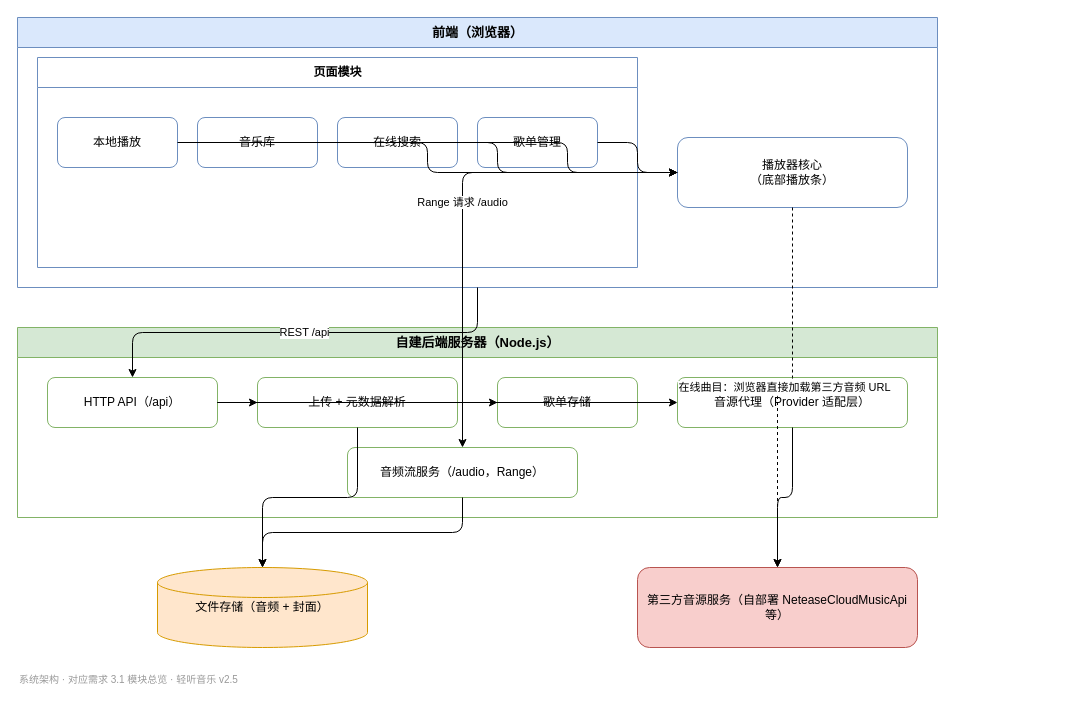
This is docs/design/系统架构图.drawio from ColdMistyRain/qingting-music, a draw.io file, before an edit. Source tidied: cells renumbered, new cells numbered last; positions are measured from the earlier drawing's top-left corner, leaving out a move shared by most shapes. Both pictures are drawn from the tidied source at 100%, with x=0, y=0 at pixel (17, 17).
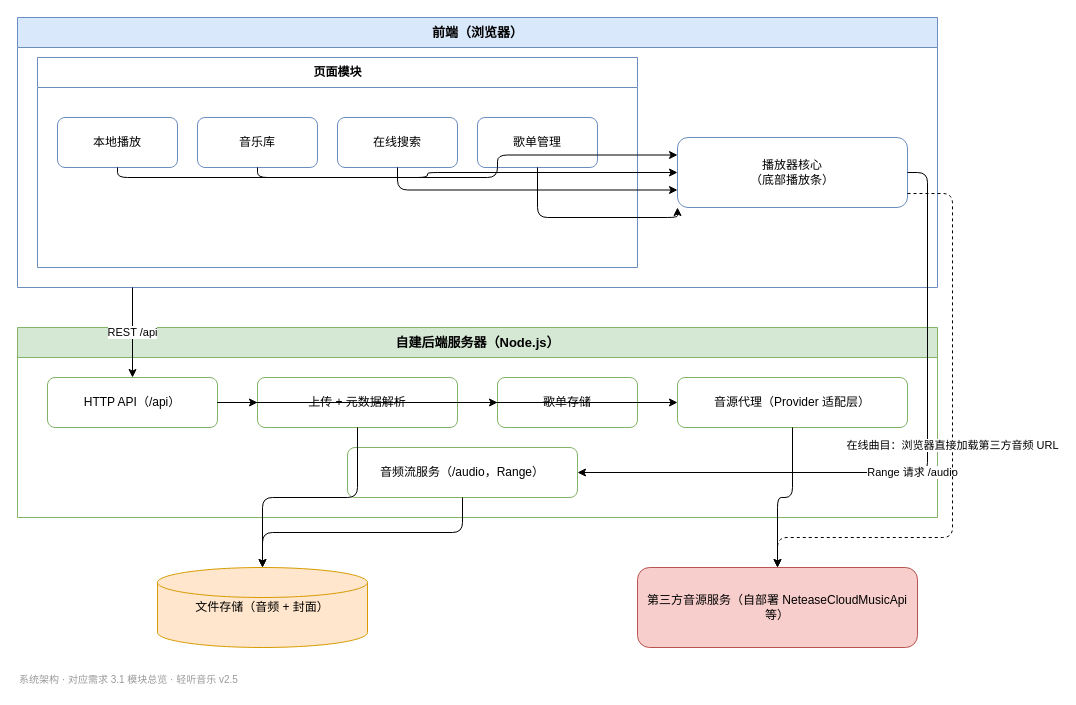
The same diagram, later.

Commit message:
fix(design): 架构图连线优化——页面节点改从底部出线汇入播放核心，跨容器线绕行外沿并固定标签位置

The change refers to these unchanged cells:
```xml
<mxCell id="2" value="前端（浏览器）" style="swimlane;html=1;startSize=30;fillColor=#DAE8FC;strokeColor=#6C8EBF;fontSize=13;fontStyle=1;" parent="1" vertex="1">
  <mxGeometry width="920" height="270" as="geometry" />
</mxCell>
<mxCell id="4" value="本地播放" style="rounded=1;whiteSpace=wrap;html=1;fillColor=#FFFFFF;strokeColor=#6C8EBF;fontSize=12;" parent="3" vertex="1">
  <mxGeometry x="20" y="60" width="120" height="50" as="geometry" />
</mxCell>
<mxCell id="5" value="音乐库" style="rounded=1;whiteSpace=wrap;html=1;fillColor=#FFFFFF;strokeColor=#6C8EBF;fontSize=12;" parent="3" vertex="1">
  <mxGeometry x="160" y="60" width="120" height="50" as="geometry" />
</mxCell>
<mxCell id="6" value="在线搜索" style="rounded=1;whiteSpace=wrap;html=1;fillColor=#FFFFFF;strokeColor=#6C8EBF;fontSize=12;" parent="3" vertex="1">
  <mxGeometry x="300" y="60" width="120" height="50" as="geometry" />
</mxCell>
<mxCell id="7" value="歌单管理" style="rounded=1;whiteSpace=wrap;html=1;fillColor=#FFFFFF;strokeColor=#6C8EBF;fontSize=12;" parent="3" vertex="1">
  <mxGeometry x="440" y="60" width="120" height="50" as="geometry" />
</mxCell>
<mxCell id="8" value="播放器核心&#10;（底部播放条）" style="rounded=1;whiteSpace=wrap;html=1;fillColor=#FFFFFF;strokeColor=#6C8EBF;fontSize=12;" parent="2" vertex="1">
  <mxGeometry x="660" y="120" width="230" height="70" as="geometry" />
</mxCell>
<mxCell id="14" value="HTTP API（/api）" style="rounded=1;whiteSpace=wrap;html=1;fillColor=#FFFFFF;strokeColor=#82B366;fontSize=12;" parent="13" vertex="1">
  <mxGeometry x="30" y="50" width="170" height="50" as="geometry" />
</mxCell>
<mxCell id="18" value="音频流服务（/audio，Range）" style="rounded=1;whiteSpace=wrap;html=1;fillColor=#FFFFFF;strokeColor=#82B366;fontSize=12;" parent="13" vertex="1">
  <mxGeometry x="330" y="120" width="230" height="50" as="geometry" />
</mxCell>
<mxCell id="23" value="第三方音源服务（自部署 NeteaseCloudMusicApi 等）" style="rounded=1;whiteSpace=wrap;html=1;fillColor=#F8CECC;strokeColor=#B85450;fontSize=12;" parent="1" vertex="1">
  <mxGeometry x="620" y="550" width="280" height="80" as="geometry" />
</mxCell>
```

What changed in the source:
```diff
@@
-    <mxCell id="9" style="edgeStyle=orthogonalEdgeStyle;rounded=1;html=1;" parent="2" edge="1" source="4" target="8">
+    <mxCell id="9" style="edgeStyle=orthogonalEdgeStyle;rounded=1;html=1;exitX=0.5;exitY=1;exitDx=0;exitDy=0;entryX=0;entryY=0.5;entryDx=0;entryDy=0;" parent="2" edge="1" source="4" target="8">
       <mxGeometry relative="1" as="geometry" />
     </mxCell>
-    <mxCell id="10" style="edgeStyle=orthogonalEdgeStyle;rounded=1;html=1;" parent="2" edge="1" source="5" target="8">
+    <mxCell id="10" style="edgeStyle=orthogonalEdgeStyle;rounded=1;html=1;exitX=0.5;exitY=1;exitDx=0;exitDy=0;entryX=0;entryY=0.25;entryDx=0;entryDy=0;" parent="2" edge="1" source="5" target="8">
       <mxGeometry relative="1" as="geometry" />
     </mxCell>
-    <mxCell id="11" style="edgeStyle=orthogonalEdgeStyle;rounded=1;html=1;" parent="2" edge="1" source="6" target="8">
+    <mxCell id="11" style="edgeStyle=orthogonalEdgeStyle;rounded=1;html=1;exitX=0.5;exitY=1;exitDx=0;exitDy=0;entryX=0;entryY=0.75;entryDx=0;entryDy=0;" parent="2" edge="1" source="6" target="8">
       <mxGeometry relative="1" as="geometry" />
     </mxCell>
-    <mxCell id="12" style="edgeStyle=orthogonalEdgeStyle;rounded=1;html=1;" parent="2" edge="1" source="7" target="8">
+    <mxCell id="12" style="edgeStyle=orthogonalEdgeStyle;rounded=1;html=1;exitX=0.5;exitY=1;exitDx=0;exitDy=0;entryX=0;entryY=1;entryDx=0;entryDy=0;" parent="2" edge="1" source="7" target="8">
       <mxGeometry relative="1" as="geometry" />
     </mxCell>
@@
-    <mxCell id="24" value="REST /api" style="edgeStyle=orthogonalEdgeStyle;rounded=1;html=1;fontSize=11;" parent="1" edge="1" source="2" target="14">
+    <mxCell id="24" value="REST /api" style="edgeStyle=orthogonalEdgeStyle;rounded=1;html=1;fontSize=11;exitX=0.125;exitY=1;exitDx=0;exitDy=0;entryX=0.5;entryY=0;entryDx=0;entryDy=0;" parent="1" edge="1" source="2" target="14">
       <mxGeometry relative="1" as="geometry" />
     </mxCell>
-    <mxCell id="25" value="Range 请求 /audio" style="edgeStyle=orthogonalEdgeStyle;rounded=1;html=1;fontSize=11;" parent="1" edge="1" source="8" target="18">
-      <mxGeometry relative="1" as="geometry" />
+    <mxCell id="25" value="Range 请求 /audio" style="edgeStyle=orthogonalEdgeStyle;rounded=1;html=1;fontSize=11;exitX=1;exitY=0.5;exitDx=0;exitDy=0;entryX=1;entryY=0.5;entryDx=0;entryDy=0;" parent="1" edge="1" source="8" target="18">
+      <mxGeometry relative="1" as="geometry">
+        <Array as="points">
+          <mxPoint x="910" y="155" />
+          <mxPoint x="910" y="455" />
+        </Array>
+      </mxGeometry>
     </mxCell>
@@
-    <mxCell id="29" value="在线曲目：浏览器直接加载第三方音频 URL" style="edgeStyle=orthogonalEdgeStyle;rounded=1;html=1;dashed=1;fontSize=11;" parent="1" edge="1" source="8" target="23">
-      <mxGeometry relative="1" as="geometry" />
+    <mxCell id="29" value="在线曲目：浏览器直接加载第三方音频 URL" style="edgeStyle=orthogonalEdgeStyle;rounded=1;html=1;dashed=1;fontSize=11;exitX=1;exitY=0.8;exitDx=0;exitDy=0;entryX=0.5;entryY=0;entryDx=0;entryDy=0;" parent="1" edge="1" source="8" target="23">
+      <mxGeometry relative="1" as="geometry">
+        <Array as="points">
+          <mxPoint x="935" y="176" />
+          <mxPoint x="935" y="520" />
+          <mxPoint x="760" y="520" />
+        </Array>
+      </mxGeometry>
     </mxCell>
```
